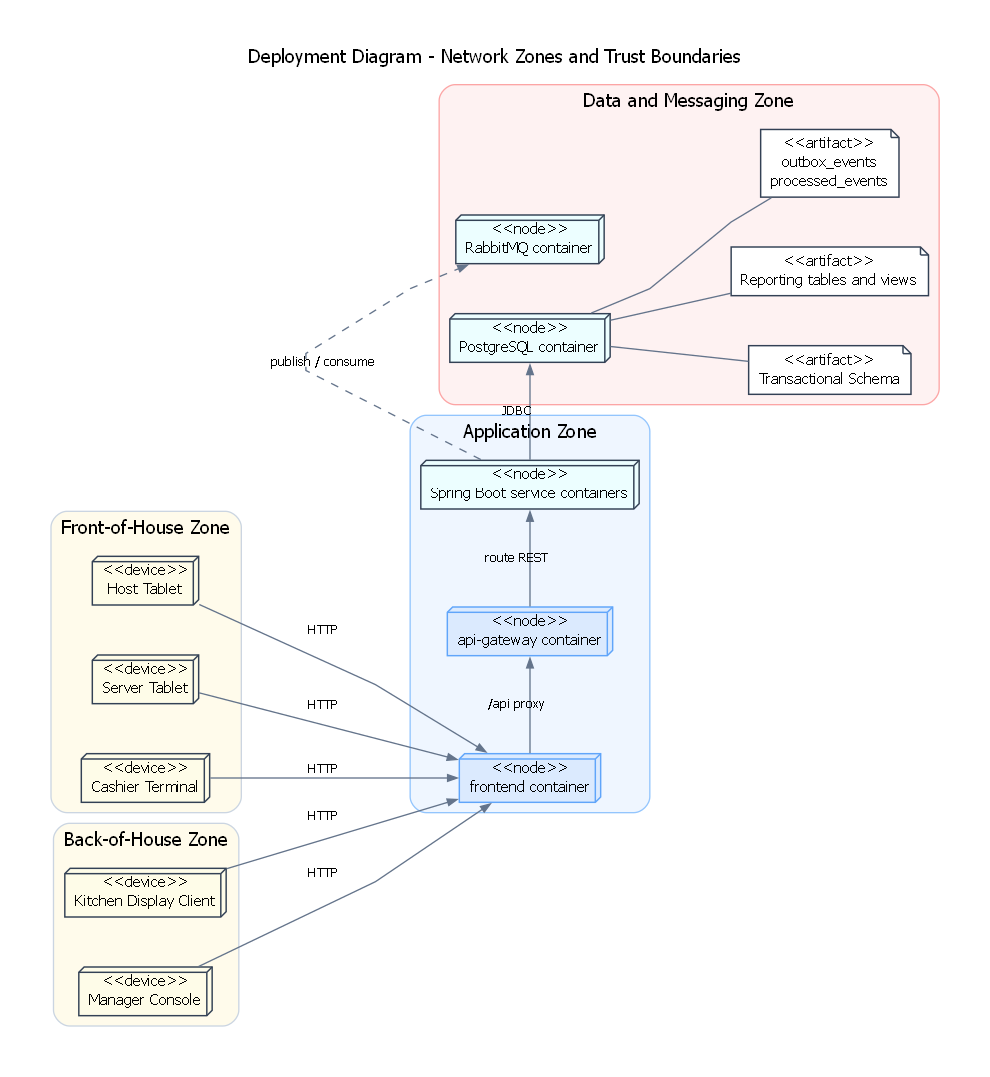
lehoangluan1/SA_IRMS keeps this Graphviz diagram as assets/diagrams/rendered/architecture/16_deployment_diagram_network_zones_and_trust_boundaries.png. Above is the earlier version. Its source is kept beside it as assets/diagrams/source/architecture/16_deployment_diagram_network_zones_and_trust_boundaries.dot.
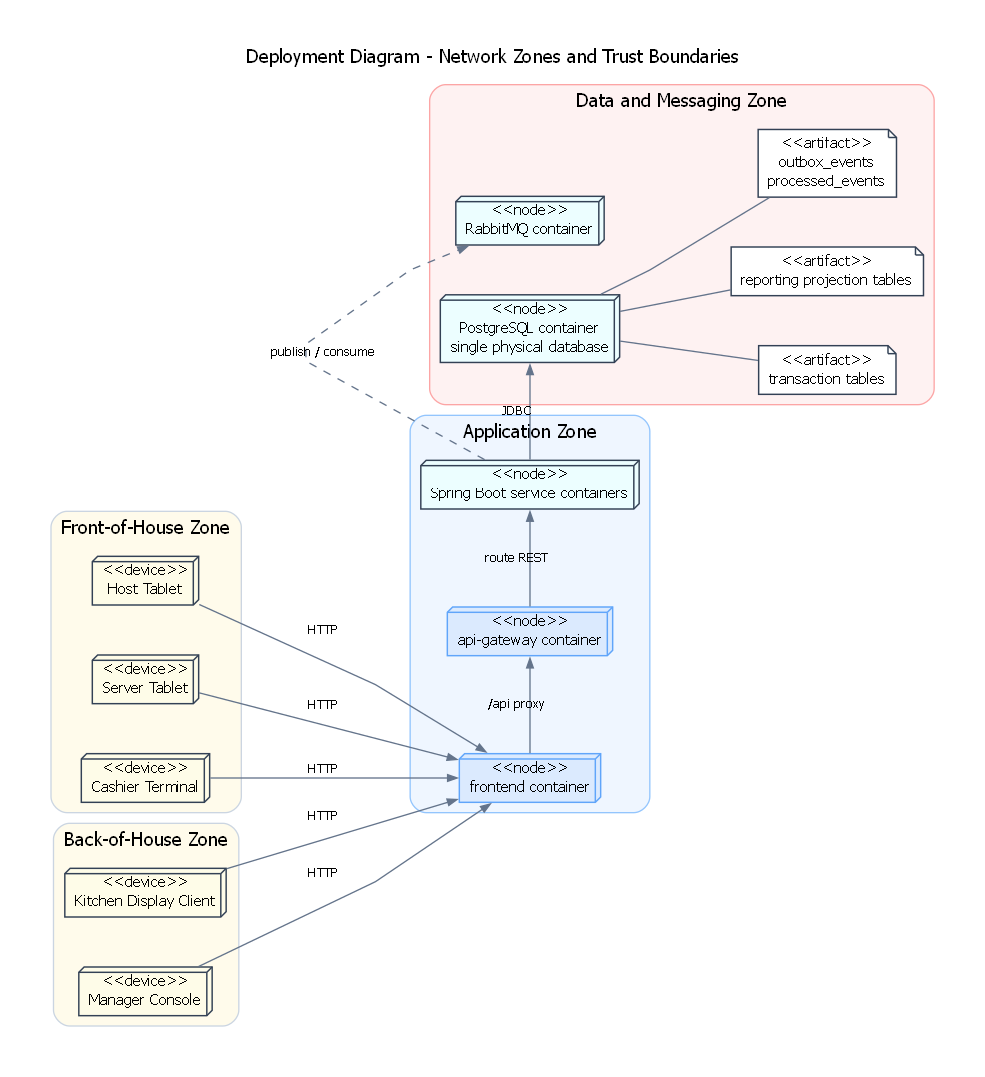
Above is the later version.

The edit, as a diff of the source:
```diff
@@ -52,10 +52,10 @@
     color="#FCA5A5";
     style="rounded,filled";
     fillcolor="#FEF2F2";
-    postgres [shape=box3d, fillcolor="#ECFEFF", label="<<node>>\nPostgreSQL container"];
+    postgres [shape=box3d, fillcolor="#ECFEFF", label="<<node>>\nPostgreSQL container\nsingle physical database"];
     rabbitmq [shape=box3d, fillcolor="#ECFEFF", label="<<node>>\nRabbitMQ container"];
-    txschema [shape=note, fillcolor="#FFFFFF", label="<<artifact>>\nTransactional Schema"];
-    readm [shape=note, fillcolor="#FFFFFF", label="<<artifact>>\nReporting tables and views"];
+    txschema [shape=note, fillcolor="#FFFFFF", label="<<artifact>>\ntransaction tables"];
+    readm [shape=note, fillcolor="#FFFFFF", label="<<artifact>>\nreporting projection tables"];
     outbox [shape=note, fillcolor="#FFFFFF", label="<<artifact>>\noutbox_events\nprocessed_events"];
     postgres -> txschema [arrowhead=none];
     postgres -> readm [arrowhead=none];
```
